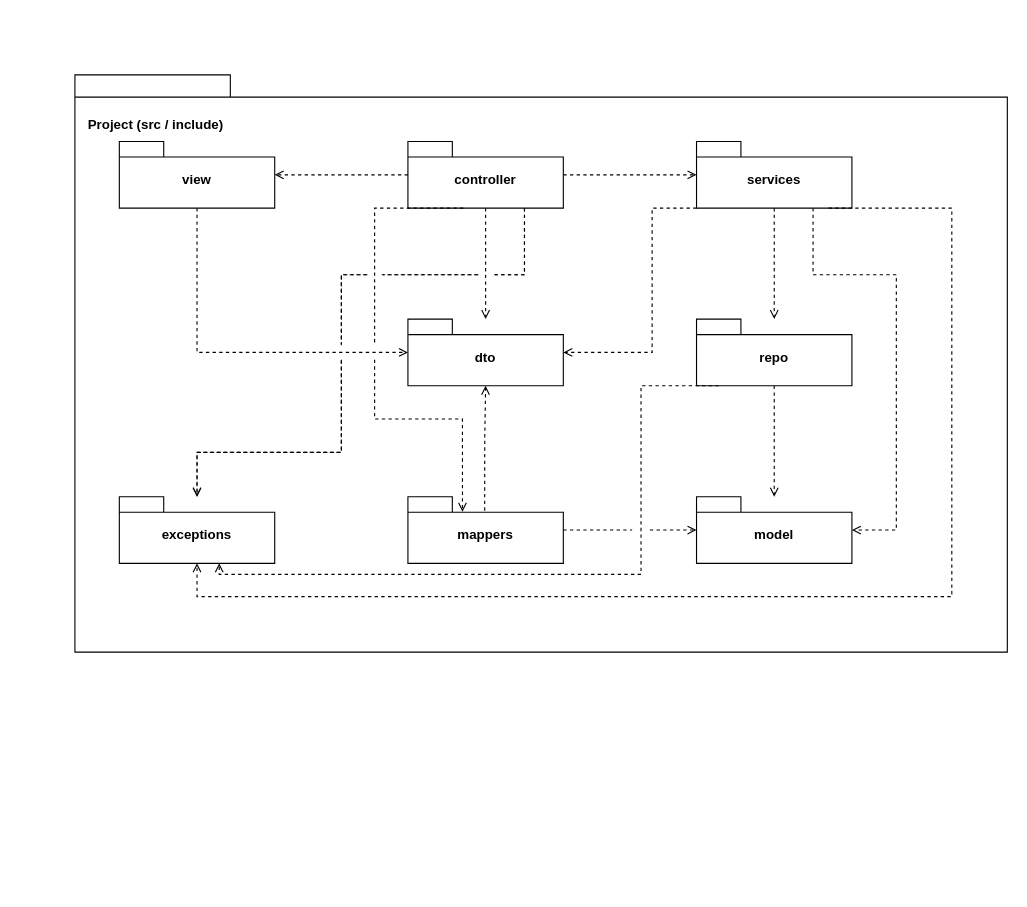
Before: Documentation/Iteration03/diagramas/design/code_organization.drawio in compaqle/fsoft2026_1DB_3, a draw.io diagram. Source tidied: cells renumbered, new cells numbered last; positions are measured from the earlier drawing's top-left corner, leaving out a move shared by most shapes. Both pictures are drawn from the tidied source at 111%, with x=0, y=0 at pixel (74, 74).
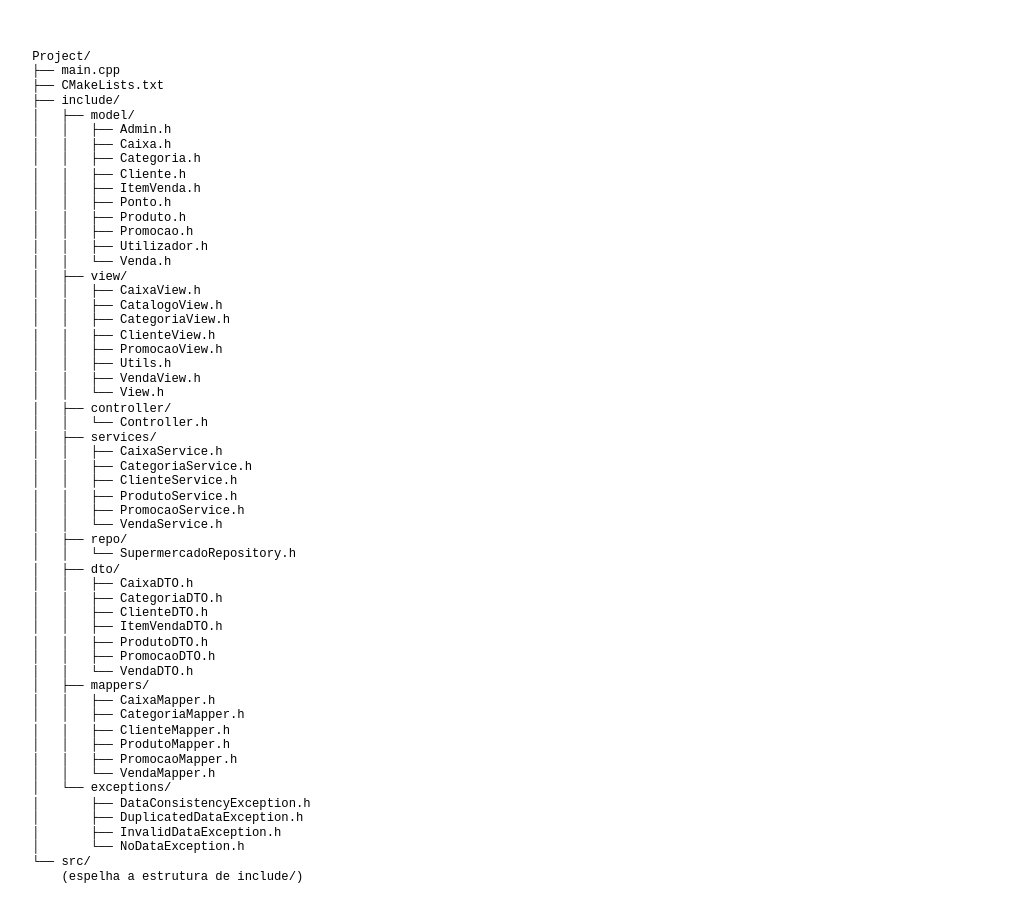
After the change.

Commit message (it also covers changes not shown here):
Fix UI navigation and format controllers services diagram

What changed in the source:
```diff
@@
-    <mxCell id="2" value="Project (src / include)" style="shape=folder;fontStyle=1;spacingTop=31;tabWidth=140;tabHeight=20;tabPosition=left;html=1;whiteSpace=wrap;verticalAlign=top;align=left;spacingLeft=10;" parent="1" vertex="1">
-      <mxGeometry width="840" height="520" as="geometry" />
-    </mxCell>
-    <mxCell id="3" value="view" style="shape=folder;fontStyle=1;spacingTop=10;tabWidth=40;tabHeight=14;tabPosition=left;html=1;whiteSpace=wrap;" parent="1" vertex="1">
-      <mxGeometry x="40" y="60" width="140" height="60" as="geometry" />
-    </mxCell>
-    <mxCell id="4" value="controller" style="shape=folder;fontStyle=1;spacingTop=10;tabWidth=40;tabHeight=14;tabPosition=left;html=1;whiteSpace=wrap;" parent="1" vertex="1">
-      <mxGeometry x="300" y="60" width="140" height="60" as="geometry" />
-    </mxCell>
-    <mxCell id="5" value="services" style="shape=folder;fontStyle=1;spacingTop=10;tabWidth=40;tabHeight=14;tabPosition=left;html=1;whiteSpace=wrap;" parent="1" vertex="1">
-      <mxGeometry x="560" y="60" width="140" height="60" as="geometry" />
-    </mxCell>
-    <mxCell id="6" value="repo" style="shape=folder;fontStyle=1;spacingTop=10;tabWidth=40;tabHeight=14;tabPosition=left;html=1;whiteSpace=wrap;" parent="1" vertex="1">
-      <mxGeometry x="560" y="220" width="140" height="60" as="geometry" />
-    </mxCell>
-    <mxCell id="7" value="model" style="shape=folder;fontStyle=1;spacingTop=10;tabWidth=40;tabHeight=14;tabPosition=left;html=1;whiteSpace=wrap;" parent="1" vertex="1">
-      <mxGeometry x="560" y="380" width="140" height="60" as="geometry" />
-    </mxCell>
-    <mxCell id="8" value="dto" style="shape=folder;fontStyle=1;spacingTop=10;tabWidth=40;tabHeight=14;tabPosition=left;html=1;whiteSpace=wrap;" parent="1" vertex="1">
-      <mxGeometry x="300" y="220" width="140" height="60" as="geometry" />
-    </mxCell>
-    <mxCell id="9" value="mappers" style="shape=folder;fontStyle=1;spacingTop=10;tabWidth=40;tabHeight=14;tabPosition=left;html=1;whiteSpace=wrap;" parent="1" vertex="1">
-      <mxGeometry x="300" y="380" width="140" height="60" as="geometry" />
-    </mxCell>
-    <mxCell id="10" value="exceptions" style="shape=folder;fontStyle=1;spacingTop=10;tabWidth=40;tabHeight=14;tabPosition=left;html=1;whiteSpace=wrap;" parent="1" vertex="1">
-      <mxGeometry x="40" y="380" width="140" height="60" as="geometry" />
-    </mxCell>
-    <mxCell id="11" style="edgeStyle=orthogonalEdgeStyle;rounded=0;jettySize=auto;endArrow=open;dashed=1;html=1;exitX=0.5;exitY=1;entryX=0;entryY=0.5;jumpStyle=gap;jumpSize=13;" parent="1" edge="1" source="3" target="8">
-      <mxGeometry relative="1" as="geometry">
-        <Array as="points">
-          <mxPoint x="110" y="250" />
-        </Array>
-      </mxGeometry>
-    </mxCell>
-    <mxCell id="12" style="edgeStyle=orthogonalEdgeStyle;rounded=0;jettySize=auto;endArrow=open;dashed=1;html=1;exitX=0;exitY=0.5;entryX=1;entryY=0.5;" parent="1" edge="1" source="4" target="3">
-      <mxGeometry relative="1" as="geometry" />
-    </mxCell>
-    <mxCell id="13" style="edgeStyle=orthogonalEdgeStyle;rounded=0;jettySize=auto;endArrow=open;dashed=1;html=1;exitX=1;exitY=0.5;entryX=0;entryY=0.5;" parent="1" edge="1" source="4" target="5">
-      <mxGeometry relative="1" as="geometry" />
-    </mxCell>
-    <mxCell id="14" style="edgeStyle=orthogonalEdgeStyle;rounded=0;jettySize=auto;endArrow=open;dashed=1;html=1;exitX=0.5;exitY=1;entryX=0.5;entryY=0;" parent="1" edge="1" source="4" target="8">
-      <mxGeometry relative="1" as="geometry" />
-    </mxCell>
-    <mxCell id="15" style="edgeStyle=orthogonalEdgeStyle;rounded=0;jettySize=auto;endArrow=open;dashed=1;html=1;exitX=0.25;exitY=1;entryX=0.351;entryY=0.226;jumpStyle=gap;jumpSize=13;entryDx=0;entryDy=0;entryPerimeter=0;" parent="1" edge="1" target="9">
-      <mxGeometry relative="1" as="geometry">
-        <mxPoint x="350" y="120" as="sourcePoint" />
-        <Array as="points">
-          <mxPoint x="270" y="120" />
-          <mxPoint x="270" y="310" />
-          <mxPoint x="349" y="310" />
-        </Array>
-      </mxGeometry>
-    </mxCell>
-    <mxCell id="16" style="edgeStyle=orthogonalEdgeStyle;rounded=0;jettySize=auto;endArrow=open;dashed=1;html=1;exitX=0.75;exitY=1;entryX=0.5;entryY=0;jumpStyle=gap;jumpSize=13;" parent="1" edge="1" source="4" target="10">
-      <mxGeometry relative="1" as="geometry">
-        <Array as="points">
-          <mxPoint x="405" y="180" />
-          <mxPoint x="240" y="180" />
-          <mxPoint x="240" y="340" />
-          <mxPoint x="110" y="340" />
-        </Array>
-      </mxGeometry>
-    </mxCell>
-    <mxCell id="17" style="edgeStyle=orthogonalEdgeStyle;rounded=0;jettySize=auto;endArrow=open;dashed=1;html=1;exitX=0.5;exitY=1;entryX=0.5;entryY=0;" parent="1" edge="1" source="5" target="6">
-      <mxGeometry relative="1" as="geometry" />
-    </mxCell>
-    <mxCell id="18" style="edgeStyle=orthogonalEdgeStyle;rounded=0;jettySize=auto;endArrow=open;dashed=1;html=1;exitX=0.75;exitY=1;entryX=1;entryY=0.5;" parent="1" edge="1" source="5" target="7">
-      <mxGeometry relative="1" as="geometry">
-        <Array as="points">
-          <mxPoint x="665" y="180" />
-          <mxPoint x="740" y="180" />
-          <mxPoint x="740" y="410" />
-        </Array>
-      </mxGeometry>
-    </mxCell>
-    <mxCell id="19" style="edgeStyle=orthogonalEdgeStyle;rounded=0;jettySize=auto;endArrow=open;dashed=1;html=1;entryX=1;entryY=0.5;" parent="1" edge="1" target="8">
-      <mxGeometry relative="1" as="geometry">
-        <mxPoint x="560" y="120" as="sourcePoint" />
-        <Array as="points">
-          <mxPoint x="520" y="120" />
-          <mxPoint x="520" y="250" />
-        </Array>
-      </mxGeometry>
-    </mxCell>
-    <mxCell id="20" style="edgeStyle=orthogonalEdgeStyle;rounded=0;jettySize=auto;endArrow=open;dashed=1;html=1;exitX=0.85;exitY=1;entryX=0.5;entryY=1;" parent="1" edge="1" source="5" target="10">
-      <mxGeometry relative="1" as="geometry">
-        <Array as="points">
-          <mxPoint x="790" y="120" />
-          <mxPoint x="790" y="470" />
-          <mxPoint x="110" y="470" />
-        </Array>
-      </mxGeometry>
-    </mxCell>
-    <mxCell id="21" style="edgeStyle=orthogonalEdgeStyle;rounded=0;jettySize=auto;endArrow=open;dashed=1;html=1;exitX=0.5;exitY=1;entryX=0.5;entryY=0;" parent="1" edge="1" source="6" target="7">
-      <mxGeometry relative="1" as="geometry" />
-    </mxCell>
-    <mxCell id="22" style="edgeStyle=orthogonalEdgeStyle;rounded=0;orthogonalLoop=1;jettySize=auto;endArrow=open;dashed=1;html=1;exitX=0.25;exitY=1;entryX=0.75;entryY=1;jumpStyle=gap;jumpSize=16;" parent="1" edge="1">
-      <mxGeometry relative="1" as="geometry">
-        <mxPoint x="580" y="280" as="sourcePoint" />
-        <mxPoint x="130" y="440" as="targetPoint" />
-        <Array as="points">
-          <mxPoint x="510" y="280" />
-          <mxPoint x="510" y="450" />
-          <mxPoint x="130" y="450" />
-        </Array>
-      </mxGeometry>
-    </mxCell>
-    <mxCell id="23" style="edgeStyle=orthogonalEdgeStyle;rounded=0;jettySize=auto;endArrow=open;dashed=1;html=1;exitX=1;exitY=0.5;entryX=0;entryY=0.5;jumpStyle=gap;jumpSize=16;" parent="1" edge="1" source="9" target="7">
-      <mxGeometry relative="1" as="geometry" />
-    </mxCell>
-    <mxCell id="24" style="edgeStyle=orthogonalEdgeStyle;rounded=0;jettySize=auto;endArrow=open;dashed=1;html=1;exitX=0.494;exitY=0.209;entryX=0.5;entryY=1;exitDx=0;exitDy=0;exitPerimeter=0;" parent="1" edge="1" source="9" target="8">
-      <mxGeometry relative="1" as="geometry" />
-    </mxCell>
-    <mxCell id="25" style="edgeStyle=orthogonalEdgeStyle;rounded=0;jettySize=auto;endArrow=open;dashed=1;html=1;exitX=0.75;exitY=1;entryX=0.5;entryY=0;jumpStyle=gap;jumpSize=15;" parent="1" edge="1" source="4" target="10">
-      <mxGeometry relative="1" as="geometry">
-        <Array as="points">
-          <mxPoint x="405" y="180" />
-          <mxPoint x="240" y="180" />
-          <mxPoint x="240" y="340" />
-          <mxPoint x="110" y="340" />
-        </Array>
-      </mxGeometry>
-    </mxCell>
+    <mxCell id="26" value="&lt;pre&gt;Project/&lt;br&gt;├── main.cpp&lt;br&gt;├── CMakeLists.txt&lt;br&gt;├── include/&lt;br&gt;│   ├── model/&lt;br&gt;│   │   ├── Admin.h&lt;br&gt;│   │   ├── Caixa.h&lt;br&gt;│   │   ├── Categoria.h&lt;br&gt;│   │   ├── Cliente.h&lt;br&gt;│   │   ├── ItemVenda.h&lt;br&gt;│   │   ├── Ponto.h&lt;br&gt;│   │   ├── Produto.h&lt;br&gt;│   │   ├── Promocao.h&lt;br&gt;│   │   ├── Utilizador.h&lt;br&gt;│   │   └── Venda.h&lt;br&gt;│   ├── view/&lt;br&gt;│   │   ├── CaixaView.h&lt;br&gt;│   │   ├── CatalogoView.h&lt;br&gt;│   │   ├── CategoriaView.h&lt;br&gt;│   │   ├── ClienteView.h&lt;br&gt;│   │   ├── PromocaoView.h&lt;br&gt;│   │   ├── Utils.h&lt;br&gt;│   │   ├── VendaView.h&lt;br&gt;│   │   └── View.h&lt;br&gt;│   ├── controller/&lt;br&gt;│   │   └── Controller.h&lt;br&gt;│   ├── services/&lt;br&gt;│   │   ├── CaixaService.h&lt;br&gt;│   │   ├── CategoriaService.h&lt;br&gt;│   │   ├── ClienteService.h&lt;br&gt;│   │   ├── ProdutoService.h&lt;br&gt;│   │   ├── PromocaoService.h&lt;br&gt;│   │   └── VendaService.h&lt;br&gt;│   ├── repo/&lt;br&gt;│   │   └── SupermercadoRepository.h&lt;br&gt;│   ├── dto/&lt;br&gt;│   │   ├── CaixaDTO.h&lt;br&gt;│   │   ├── CategoriaDTO.h&lt;br&gt;│   │   ├── ClienteDTO.h&lt;br&gt;│   │   ├── ItemVendaDTO.h&lt;br&gt;│   │   ├── ProdutoDTO.h&lt;br&gt;│   │   ├── PromocaoDTO.h&lt;br&gt;│   │   └── VendaDTO.h&lt;br&gt;│   ├── mappers/&lt;br&gt;│   │   ├── CaixaMapper.h&lt;br&gt;│   │   ├── CategoriaMapper.h&lt;br&gt;│   │   ├── ClienteMapper.h&lt;br&gt;│   │   ├── ProdutoMapper.h&lt;br&gt;│   │   ├── PromocaoMapper.h&lt;br&gt;│   │   └── VendaMapper.h&lt;br&gt;│   └── exceptions/&lt;br&gt;│       ├── DataConsistencyException.h&lt;br&gt;│       ├── DuplicatedDataException.h&lt;br&gt;│       ├── InvalidDataException.h&lt;br&gt;│       └── NoDataException.h&lt;br&gt;└── src/&lt;br&gt;    (espelha a estrutura de include/)&lt;/pre&gt;" style="text;html=1;align=left;verticalAlign=top;whiteSpace=wrap;fontFamily=Courier New;fontSize=11;spacingLeft=10;spacingTop=10;overflow=hidden;rounded=0;shadow=0;" parent="1" vertex="1">
+      <mxGeometry x="-50" y="-50" width="580" height="780" as="geometry" />
+    </mxCell>
```
